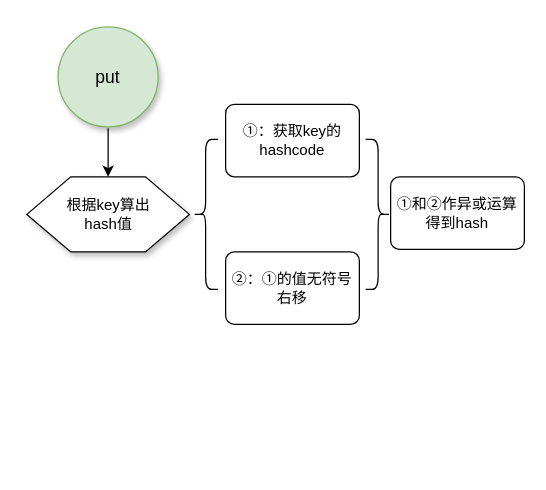
LDChing0321/JavaLearn keeps this draw.io diagram as typora/JavaSE/6 集合/drawio/HashMap/put过程1.8.drawio. Above is the earlier version. Source tidied: cells renumbered, new cells numbered last; positions are measured from the earlier drawing's top-left corner, leaving out a move shared by most shapes. Both pictures are drawn from the tidied source at 125%, with x=0, y=0 at pixel (26, 26).
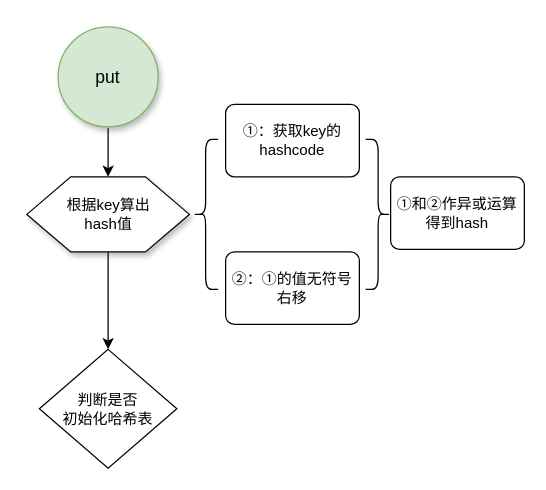
After the change.

Change to the diagram source:
```diff
@@
 <mxGraphModel>
   <root>
     <mxCell id="0" />
     <mxCell id="1" parent="0" />
     <mxCell id="2" style="edgeStyle=orthogonalEdgeStyle;rounded=0;jettySize=auto;html=1;fontSize=12;fontColor=#000000;strokeColor=#000000;" parent="1" edge="1" source="3" target="4">
       <mxGeometry relative="1" as="geometry" />
     </mxCell>
     <mxCell id="3" value="&lt;font style=&quot;font-size: 14px;&quot;&gt;put&lt;/font&gt;" style="strokeWidth=1;html=1;shape=mxgraph.flowchart.start_2;whiteSpace=wrap;labelBorderColor=none;strokeColor=#82b366;perimeterSpacing=1;fillColor=#d5e8d4;shadow=1;fontSize=14;" parent="1" vertex="1">
       <mxGeometry x="25" width="80" height="80" as="geometry" />
     </mxCell>
+    <mxCell id="10" style="edgeStyle=orthogonalEdgeStyle;rounded=0;jettySize=auto;html=1;" parent="1" edge="1" source="4" target="11">
+      <mxGeometry relative="1" as="geometry" />
+    </mxCell>
     <mxCell id="4" value="根据key算出&lt;br&gt;hash值" style="verticalLabelPosition=middle;verticalAlign=middle;html=1;shape=hexagon;perimeter=hexagonPerimeter2;arcSize=6;size=0.27;shadow=1;labelBorderColor=none;fontSize=12;strokeColor=default;strokeWidth=1;gradientColor=none;labelPosition=center;align=center;" parent="1" vertex="1">
       <mxGeometry y="120" width="130" height="60" as="geometry" />
     </mxCell>
     <mxCell id="5" style="shape=curlyBracket;whiteSpace=wrap;html=1;rounded=1;" parent="1" vertex="1">
       <mxGeometry x="133" y="90" width="20" height="120" as="geometry" />
     </mxCell>
     <mxCell id="6" value="①：获取key的hashcode" style="rounded=1;whiteSpace=wrap;html=1;absoluteArcSize=1;arcSize=14;strokeWidth=1;" parent="1" vertex="1">
       <mxGeometry x="159" y="62" width="107" height="58" as="geometry" />
     </mxCell>
     <mxCell id="7" value="②：①的值无符号右移" style="rounded=1;whiteSpace=wrap;html=1;absoluteArcSize=1;arcSize=14;strokeWidth=1;" parent="1" vertex="1">
       <mxGeometry x="159" y="180" width="107" height="58" as="geometry" />
     </mxCell>
     <mxCell id="8" style="shape=curlyBracket;whiteSpace=wrap;html=1;rounded=1;flipH=1;strokeWidth=1;" parent="1" vertex="1">
       <mxGeometry x="271" y="90" width="20" height="120" as="geometry" />
     </mxCell>
     <mxCell id="9" value="①和②作异或运算得到hash" style="rounded=1;whiteSpace=wrap;html=1;absoluteArcSize=1;arcSize=14;strokeWidth=1;" parent="1" vertex="1">
       <mxGeometry x="291" y="120" width="107" height="58" as="geometry" />
     </mxCell>
+    <mxCell id="11" value="判断是否&lt;br&gt;初始化哈希表" style="strokeWidth=1;html=1;shape=mxgraph.flowchart.decision;whiteSpace=wrap;" parent="1" vertex="1">
+      <mxGeometry x="10" y="258" width="110" height="95" as="geometry" />
+    </mxCell>
   </root>
 </mxGraphModel>
```
